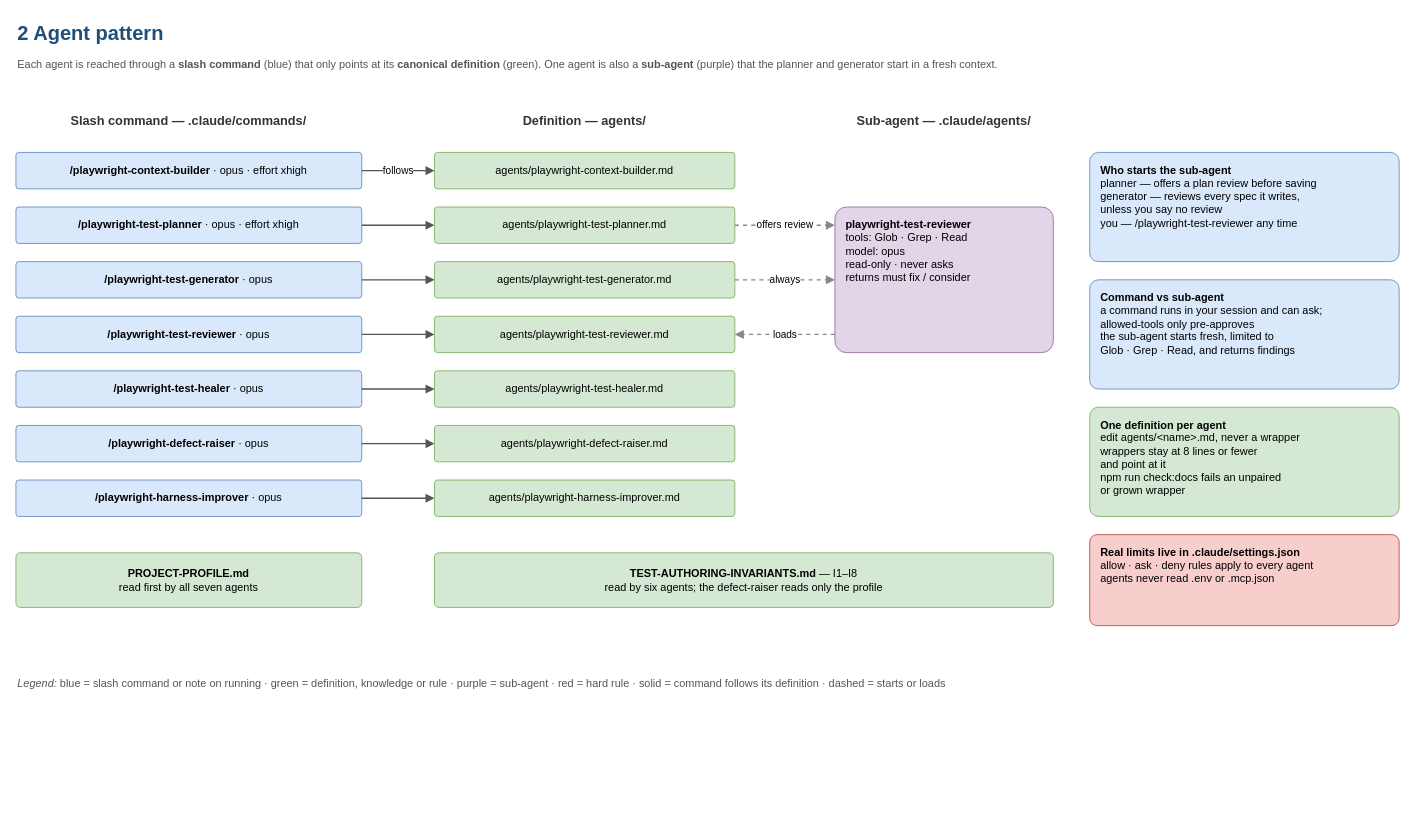
Earlier version of the draw.io diagram page "2 Agent pattern" (2 of 13) of docs/harness-docs/diagrams/ai-qa-harness/ai-qa-harness.drawio (absjabed/ai-qa-harness). Source tidied: cells renumbered, new cells numbered last; positions are measured from the earlier drawing's top-left corner, leaving out a move shared by most shapes. Both pictures are drawn from the tidied source at 91%, with x=0, y=0 at pixel (15, 15).
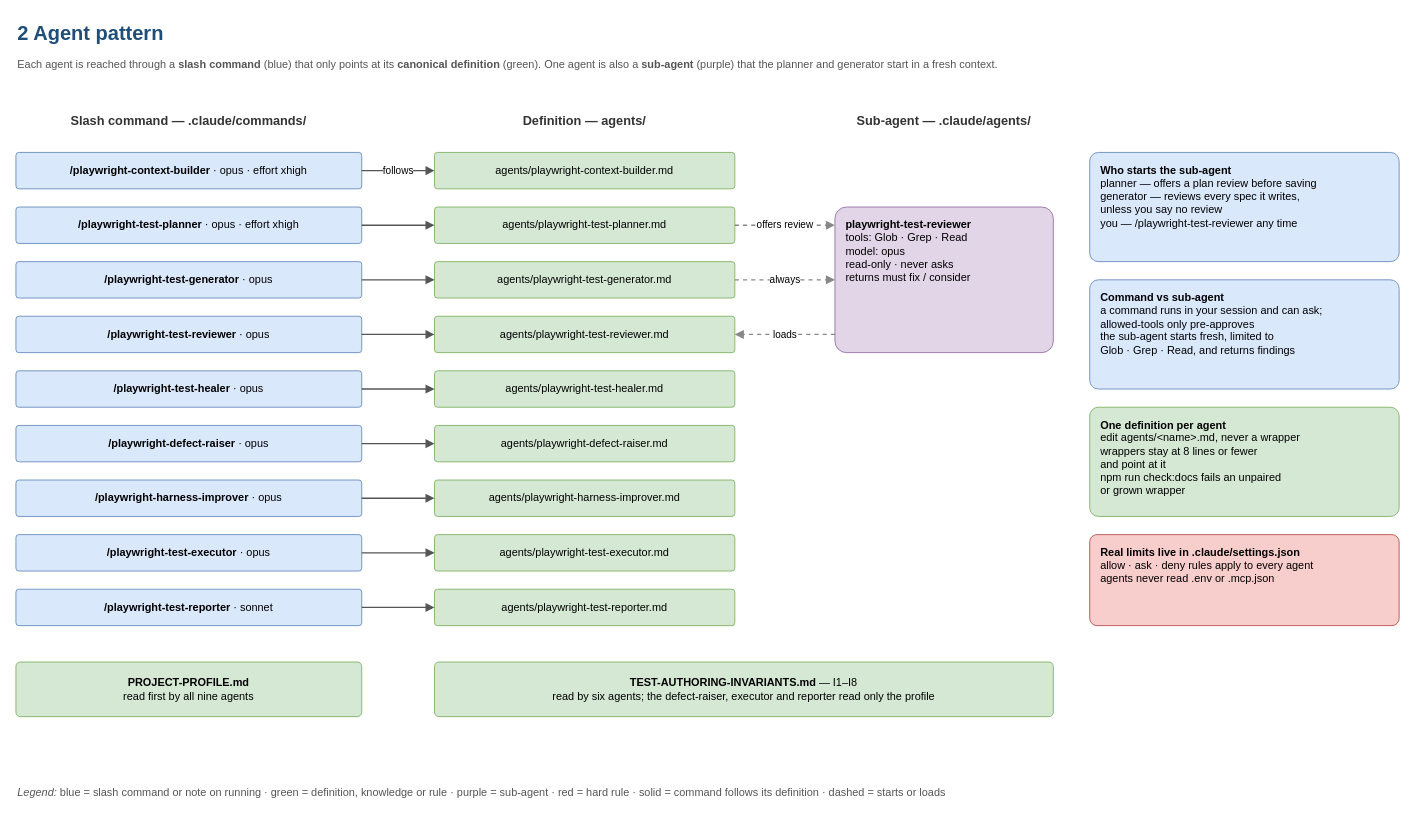
After the change.

The edit, as a diff of the source:
```diff
@@
-    <mxCell id="32" value="&lt;b&gt;PROJECT-PROFILE.md&lt;/b&gt;&lt;br&gt;read first by all seven agents" style="fontFamily=Helvetica;html=1;whiteSpace=wrap;rounded=1;arcSize=8;fillColor=#d5e8d4;strokeColor=#82b366;fontSize=12;" parent="1" vertex="1">
-      <mxGeometry y="590" width="380" height="60" as="geometry" />
+    <mxCell id="32" value="&lt;b&gt;PROJECT-PROFILE.md&lt;/b&gt;&lt;br&gt;read first by all nine agents" style="fontFamily=Helvetica;html=1;whiteSpace=wrap;rounded=1;arcSize=8;fillColor=#d5e8d4;strokeColor=#82b366;fontSize=12;" parent="1" vertex="1">
+      <mxGeometry y="710" width="380" height="60" as="geometry" />
     </mxCell>
-    <mxCell id="33" value="&lt;b&gt;TEST-AUTHORING-INVARIANTS.md&lt;/b&gt; — I1–I8&lt;br&gt;read by six agents; the defect-raiser reads only the profile" style="fontFamily=Helvetica;html=1;whiteSpace=wrap;rounded=1;arcSize=8;fillColor=#d5e8d4;strokeColor=#82b366;fontSize=12;" parent="1" vertex="1">
-      <mxGeometry x="460" y="590" width="680" height="60" as="geometry" />
+    <mxCell id="33" value="&lt;b&gt;TEST-AUTHORING-INVARIANTS.md&lt;/b&gt; — I1–I8&lt;br&gt;read by six agents; the defect-raiser, executor and reporter read only the profile" style="fontFamily=Helvetica;html=1;whiteSpace=wrap;rounded=1;arcSize=8;fillColor=#d5e8d4;strokeColor=#82b366;fontSize=12;" parent="1" vertex="1">
+      <mxGeometry x="460" y="710" width="680" height="60" as="geometry" />
     </mxCell>
@@
     <mxCell id="38" value="&lt;i&gt;Legend:&lt;/i&gt; blue = slash command or note on running · green = definition, knowledge or rule · purple = sub-agent · red = hard rule · solid = command follows its definition · dashed = starts or loads" style="fontFamily=Helvetica;html=1;whiteSpace=wrap;text;fontSize=12;fontColor=#555555;align=left;verticalAlign=top;" parent="1" vertex="1">
-      <mxGeometry y="720" width="1520" height="30" as="geometry" />
+      <mxGeometry y="840" width="1520" height="30" as="geometry" />
     </mxCell>
+    <mxCell id="39" value="&lt;b&gt;/playwright-test-executor&lt;/b&gt; · opus" style="fontFamily=Helvetica;html=1;whiteSpace=wrap;rounded=1;arcSize=8;fillColor=#dae8fc;strokeColor=#6c8ebf;fontSize=12;" parent="1" vertex="1">
+      <mxGeometry y="570" width="380" height="40" as="geometry" />
+    </mxCell>
+    <mxCell id="40" value="agents/playwright-test-executor.md" style="fontFamily=Helvetica;html=1;whiteSpace=wrap;rounded=1;arcSize=8;fillColor=#d5e8d4;strokeColor=#82b366;fontSize=12;" parent="1" vertex="1">
+      <mxGeometry x="460" y="570" width="330" height="40" as="geometry" />
+    </mxCell>
+    <mxCell id="41" style="endArrow=block;endFill=1;html=1;strokeColor=#555555;strokeWidth=1.5;fontSize=11;fontFamily=Helvetica;labelBackgroundColor=#ffffff;" parent="1" edge="1" source="39" target="40">
+      <mxGeometry relative="1" as="geometry" />
+    </mxCell>
+    <mxCell id="42" value="&lt;b&gt;/playwright-test-reporter&lt;/b&gt; · sonnet" style="fontFamily=Helvetica;html=1;whiteSpace=wrap;rounded=1;arcSize=8;fillColor=#dae8fc;strokeColor=#6c8ebf;fontSize=12;" parent="1" vertex="1">
+      <mxGeometry y="630" width="380" height="40" as="geometry" />
+    </mxCell>
+    <mxCell id="43" value="agents/playwright-test-reporter.md" style="fontFamily=Helvetica;html=1;whiteSpace=wrap;rounded=1;arcSize=8;fillColor=#d5e8d4;strokeColor=#82b366;fontSize=12;" parent="1" vertex="1">
+      <mxGeometry x="460" y="630" width="330" height="40" as="geometry" />
+    </mxCell>
+    <mxCell id="44" style="endArrow=block;endFill=1;html=1;strokeColor=#555555;strokeWidth=1.5;fontSize=11;fontFamily=Helvetica;labelBackgroundColor=#ffffff;" parent="1" edge="1" source="42" target="43">
+      <mxGeometry relative="1" as="geometry" />
+    </mxCell>
```
